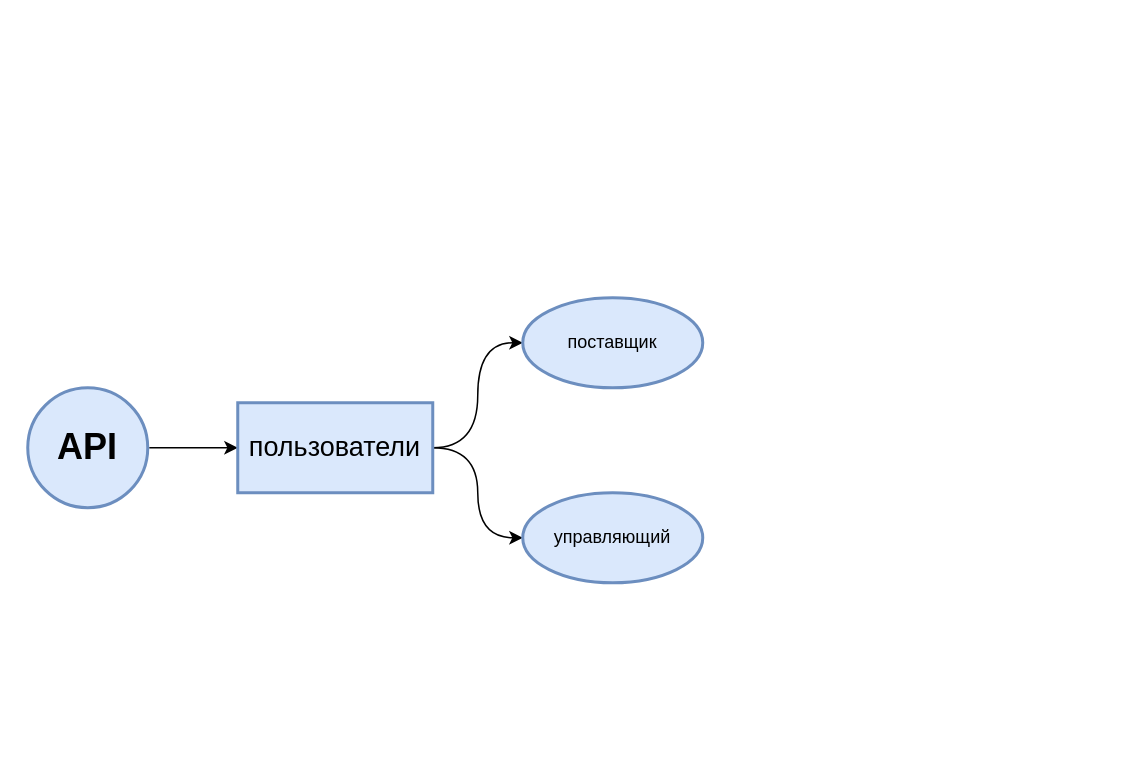
Earlier version of the draw.io diagram job.White_whale.drawio (tomafoks/my-mind). Source tidied: cells renumbered, new cells numbered last; positions are measured from the earlier drawing's top-left corner, leaving out a move shared by most shapes. Both pictures are drawn from the tidied source at 150%, with x=0, y=0 at pixel (27, 297).
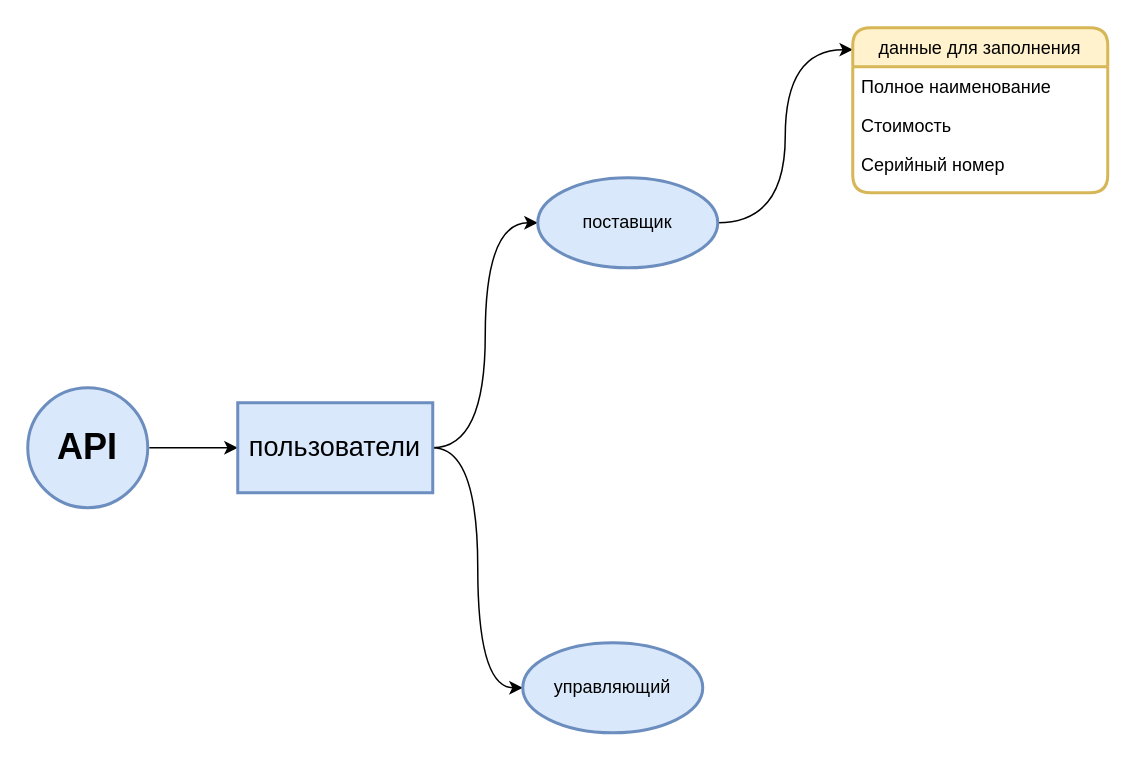
The same diagram, later.

Diff of the diagram source:
```diff
@@
 <mxGraphModel>
   <root>
     <mxCell id="0" />
     <mxCell id="1" parent="0" />
     <mxCell id="2" style="edgeStyle=orthogonalEdgeStyle;rounded=0;jettySize=auto;html=1;" parent="1" edge="1" source="3" target="6">
       <mxGeometry relative="1" as="geometry" />
     </mxCell>
     <mxCell id="3" value="&lt;b&gt;&lt;font style=&quot;font-size: 24px&quot;&gt;API&lt;/font&gt;&lt;/b&gt;" style="ellipse;whiteSpace=wrap;html=1;strokeWidth=2;perimeterSpacing=1;fillColor=#dae8fc;strokeColor=#6c8ebf;" parent="1" vertex="1">
       <mxGeometry y="60" width="80" height="80" as="geometry" />
     </mxCell>
     <mxCell id="4" style="edgeStyle=orthogonalEdgeStyle;rounded=0;jettySize=auto;html=1;entryX=0;entryY=0.5;entryDx=0;entryDy=0;curved=1;" parent="1" edge="1" source="6" target="8">
       <mxGeometry relative="1" as="geometry" />
     </mxCell>
     <mxCell id="5" style="edgeStyle=orthogonalEdgeStyle;curved=1;rounded=0;jettySize=auto;html=1;entryX=0;entryY=0.5;entryDx=0;entryDy=0;" parent="1" edge="1" source="6" target="7">
       <mxGeometry relative="1" as="geometry" />
     </mxCell>
     <mxCell id="6" value="&lt;font style=&quot;font-size: 18px&quot;&gt;пользователи&lt;/font&gt;" style="whiteSpace=wrap;html=1;strokeColor=#6c8ebf;strokeWidth=2;fillColor=#dae8fc;" parent="1" vertex="1">
       <mxGeometry x="140" y="70" width="130" height="60" as="geometry" />
     </mxCell>
+    <mxCell id="9" style="edgeStyle=orthogonalEdgeStyle;curved=1;rounded=0;jettySize=auto;html=1;entryX=0.001;entryY=0.133;entryDx=0;entryDy=0;entryPerimeter=0;" parent="1" edge="1" source="7" target="10">
+      <mxGeometry relative="1" as="geometry" />
+    </mxCell>
     <mxCell id="7" value="поставщик" style="ellipse;whiteSpace=wrap;html=1;strokeColor=#6c8ebf;strokeWidth=2;fillColor=#dae8fc;" parent="1" vertex="1">
-      <mxGeometry x="330" width="120" height="60" as="geometry" />
+      <mxGeometry x="340" y="-80" width="120" height="60" as="geometry" />
     </mxCell>
     <mxCell id="8" value="управляющий" style="ellipse;whiteSpace=wrap;html=1;strokeColor=#6c8ebf;strokeWidth=2;fillColor=#dae8fc;" parent="1" vertex="1">
-      <mxGeometry x="330" y="130" width="120" height="60" as="geometry" />
+      <mxGeometry x="330" y="230" width="120" height="60" as="geometry" />
     </mxCell>
+    <mxCell id="10" value="данные для заполнения" style="swimlane;fontStyle=0;horizontal=1;startSize=26;strokeWidth=2;glass=0;shadow=0;rounded=1;fillColor=#fff2cc;strokeColor=#d6b656;" parent="1" vertex="1">
+      <mxGeometry x="550" y="-180" width="170" height="110" as="geometry" />
+    </mxCell>
+    <mxCell id="11" value="Полное наименование" style="text;strokeColor=none;fillColor=none;align=left;verticalAlign=top;spacingLeft=4;spacingRight=4;overflow=hidden;" parent="10" vertex="1">
+      <mxGeometry y="26" width="170" height="26" as="geometry" />
+    </mxCell>
+    <mxCell id="12" value="Стоимость" style="text;strokeColor=none;fillColor=none;align=left;verticalAlign=top;spacingLeft=4;spacingRight=4;overflow=hidden;" parent="10" vertex="1">
+      <mxGeometry y="52" width="170" height="26" as="geometry" />
+    </mxCell>
+    <mxCell id="13" value="Серийный номер" style="text;strokeColor=none;fillColor=none;align=left;verticalAlign=top;spacingLeft=4;spacingRight=4;overflow=hidden;" parent="10" vertex="1">
+      <mxGeometry y="78" width="170" height="32" as="geometry" />
+    </mxCell>
   </root>
 </mxGraphModel>
```
